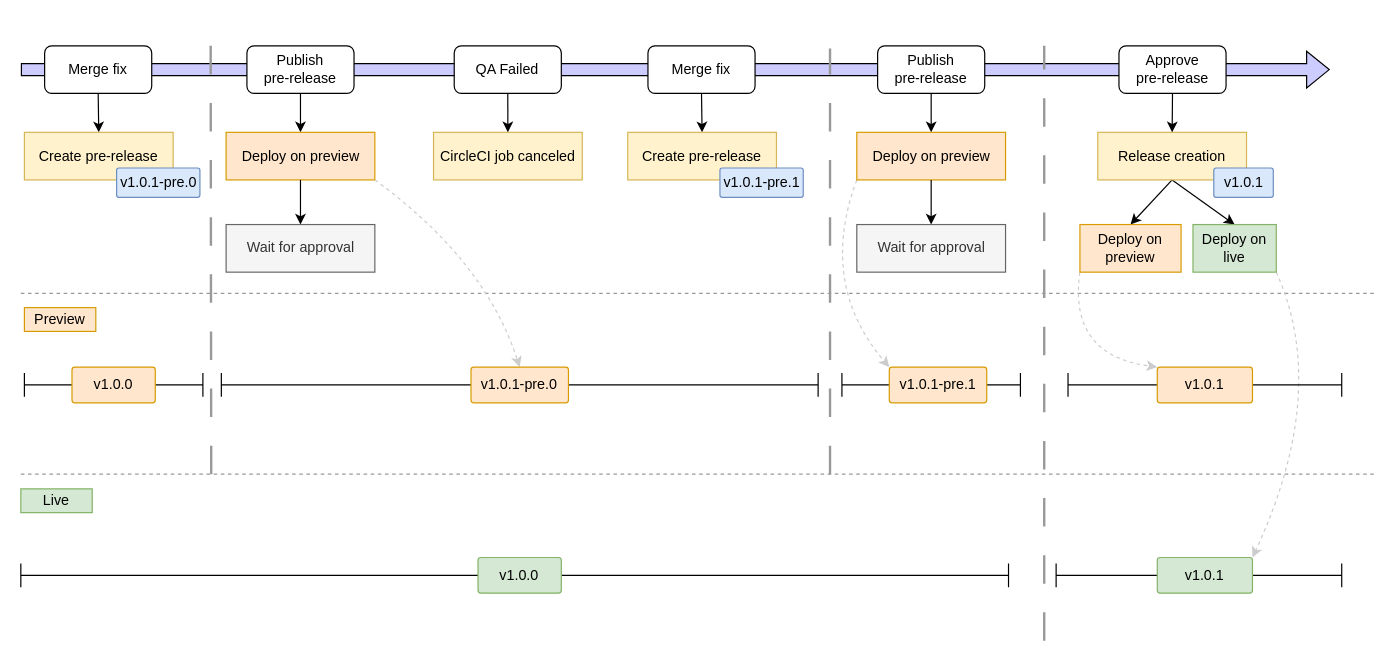
The draw.io diagram page "qa failed" (4 of 5) of assets/workflow_pre-release.drawio in gscandola/releases_playground, before the edit. Source tidied: cells renumbered, new cells numbered last; positions are measured from the earlier drawing's top-left corner, leaving out a move shared by most shapes. Both pictures are drawn from the tidied source at 119%, with x=0, y=0 at pixel (20, 21).
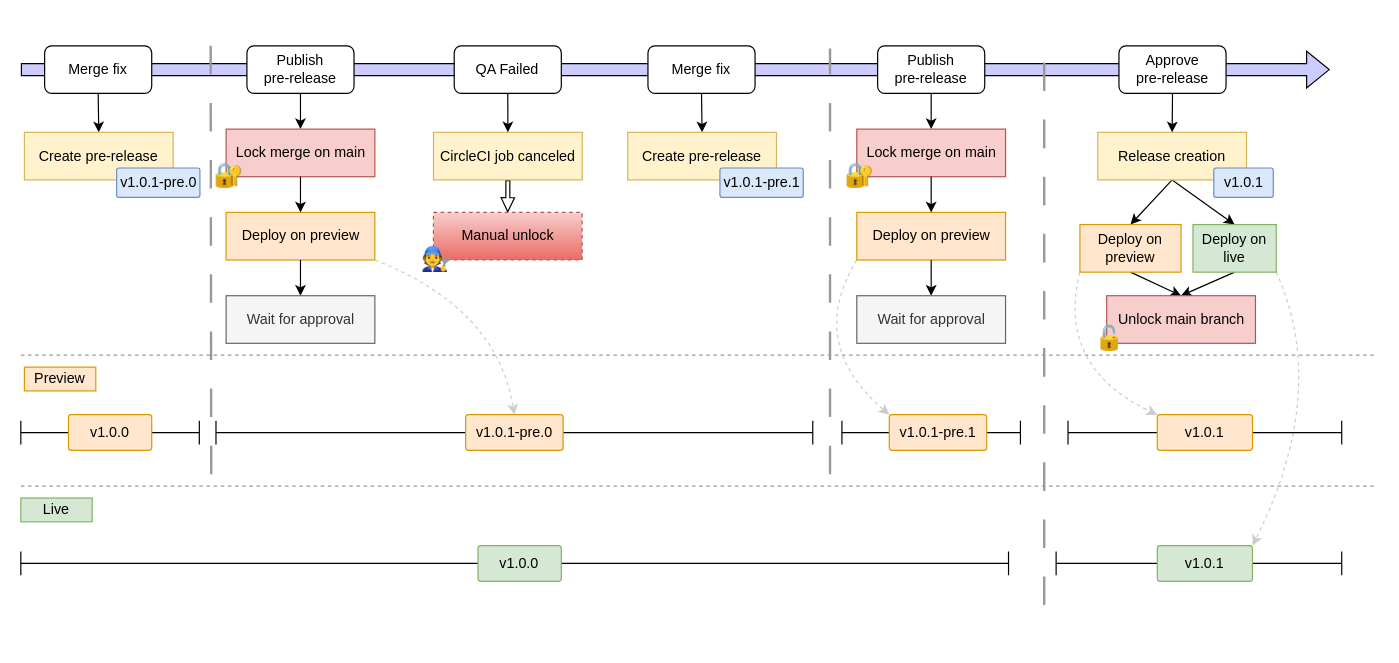
After the change.

Commit message (it also covers changes not shown here):
docs: update schema with lock

Unchanged cells that the change refers to:
```xml
<mxCell id="9" value="Publish&lt;br&gt;pre-release" style="rounded=1;whiteSpace=wrap;html=1;" parent="1" vertex="1">
  <mxGeometry x="190" y="20" width="90" height="40" as="geometry" />
</mxCell>
<mxCell id="21" value="Deploy on preview" style="rounded=0;whiteSpace=wrap;html=1;fillColor=#ffe6cc;strokeColor=#d79b00;" parent="1" vertex="1">
  <mxGeometry x="890" y="170.2" width="85" height="40" as="geometry" />
</mxCell>
<mxCell id="23" value="Deploy on live" style="rounded=0;whiteSpace=wrap;html=1;fillColor=#d5e8d4;strokeColor=#82b366;" parent="1" vertex="1">
  <mxGeometry x="985" y="170.2" width="70" height="40" as="geometry" />
</mxCell>
<mxCell id="26" value="v1.0.1-pre.0" style="rounded=1;whiteSpace=wrap;html=1;arcSize=8;rotation=0;fillColor=#ffe6cc;strokeColor=#d79b00;" parent="24" vertex="1">
  <mxGeometry x="209.8" width="81.9" height="30" as="geometry" />
</mxCell>
<mxCell id="36" value="CircleCI job canceled" style="rounded=0;whiteSpace=wrap;html=1;fillColor=#fff2cc;strokeColor=#d6b656;" parent="1" vertex="1">
  <mxGeometry x="346.8" y="92.7" width="125" height="40" as="geometry" />
</mxCell>
<mxCell id="43" value="Publish&lt;br&gt;pre-release" style="rounded=1;whiteSpace=wrap;html=1;" parent="1" vertex="1">
  <mxGeometry x="720" y="20" width="90" height="40" as="geometry" />
</mxCell>
<mxCell id="53" value="v1.0.1-pre.1" style="rounded=1;whiteSpace=wrap;html=1;arcSize=8;rotation=0;fillColor=#ffe6cc;strokeColor=#d79b00;" parent="51" vertex="1">
  <mxGeometry x="39.8" width="81.9" height="30" as="geometry" />
</mxCell>
<mxCell id="59" value="v1.0.1" style="rounded=1;whiteSpace=wrap;html=1;arcSize=8;rotation=0;fillColor=#ffe6cc;strokeColor=#d79b00;" parent="57" vertex="1">
  <mxGeometry x="75" width="80" height="30" as="geometry" />
</mxCell>
```

What changed in the source:
```diff
@@
     <mxCell id="5" style="endArrow=none;html=1;rounded=0;strokeColor=#999999;dashed=1;" parent="1" edge="1">
       <mxGeometry relative="1" as="geometry">
-        <mxPoint y="228" as="sourcePoint" />
-        <mxPoint x="1140" y="228" as="targetPoint" />
+        <mxPoint y="280" as="sourcePoint" />
+        <mxPoint x="1140" y="280" as="targetPoint" />
       </mxGeometry>
     </mxCell>
     <mxCell id="6" value="Preview" style="rounded=0;whiteSpace=wrap;html=1;fillColor=#ffe6cc;strokeColor=#d79b00;" parent="1" vertex="1">
-      <mxGeometry x="3" y="240" width="60" height="20" as="geometry" />
+      <mxGeometry x="3" y="290" width="60" height="20" as="geometry" />
     </mxCell>
     <mxCell id="7" style="endArrow=none;html=1;rounded=0;strokeColor=#999999;dashed=1;" parent="1" edge="1">
       <mxGeometry relative="1" as="geometry">
-        <mxPoint y="380" as="sourcePoint" />
-        <mxPoint x="1140" y="380" as="targetPoint" />
+        <mxPoint y="390" as="sourcePoint" />
+        <mxPoint x="1140" y="390" as="targetPoint" />
       </mxGeometry>
     </mxCell>
     <mxCell id="8" value="Live" style="rounded=0;whiteSpace=wrap;html=1;fillColor=#d5e8d4;strokeColor=#82b366;" parent="1" vertex="1">
-      <mxGeometry y="392.3" width="60" height="20" as="geometry" />
+      <mxGeometry y="400" width="60" height="20" as="geometry" />
     </mxCell>
@@
-    <mxCell id="11" style="endArrow=classic;html=1;rounded=0;exitX=0.5;exitY=1;exitDx=0;exitDy=0;entryX=0.5;entryY=0;entryDx=0;entryDy=0;" parent="1" edge="1" source="9" target="12">
+    <mxCell id="11" style="endArrow=classic;html=1;rounded=0;exitX=0.5;exitY=1;exitDx=0;exitDy=0;entryX=0.5;entryY=0;entryDx=0;entryDy=0;" parent="1" edge="1" source="9" target="67">
       <mxGeometry relative="1" as="geometry" />
     </mxCell>
     <mxCell id="12" value="Deploy on preview" style="rounded=0;whiteSpace=wrap;html=1;fillColor=#ffe6cc;strokeColor=#d79b00;" parent="1" vertex="1">
-      <mxGeometry x="172.5" y="92.7" width="125" height="40" as="geometry" />
+      <mxGeometry x="172.5" y="160" width="125" height="40" as="geometry" />
     </mxCell>
@@
     <mxCell id="14" value="Wait for approval" style="rounded=0;whiteSpace=wrap;html=1;fillColor=#f5f5f5;strokeColor=#666666;fontColor=#333333;" parent="1" vertex="1">
-      <mxGeometry x="172.5" y="170.2" width="125" height="40" as="geometry" />
+      <mxGeometry x="172.5" y="230" width="125" height="40" as="geometry" />
     </mxCell>
     <mxCell id="15" style="endArrow=classic;html=1;rounded=0;entryX=0.5;entryY=0;entryDx=0;entryDy=0;exitX=1;exitY=1;exitDx=0;exitDy=0;curved=1;strokeColor=#CCCCCC;dashed=1;" parent="1" edge="1" source="12" target="26">
       <mxGeometry relative="1" as="geometry">
         <Array as="points">
-          <mxPoint x="390" y="200" />
+          <mxPoint x="400" y="240" />
         </Array>
       </mxGeometry>
     </mxCell>
@@
     <mxCell id="20" style="rounded=0;jettySize=auto;html=1;entryX=0;entryY=0;entryDx=0;entryDy=0;dashed=1;curved=1;strokeColor=#CCCCCC;exitX=0;exitY=1;exitDx=0;exitDy=0;" parent="1" edge="1" source="21" target="59">
       <mxGeometry relative="1" as="geometry">
         <Array as="points">
-          <mxPoint x="880" y="280" />
+          <mxPoint x="870" y="290" />
         </Array>
       </mxGeometry>
     </mxCell>
+    <mxCell id="63" style="rounded=0;jettySize=auto;html=1;exitX=0.5;exitY=1;exitDx=0;exitDy=0;entryX=0.5;entryY=0;entryDx=0;entryDy=0;" parent="1" edge="1" source="21" target="78">
+      <mxGeometry relative="1" as="geometry" />
+    </mxCell>
@@
+    <mxCell id="64" style="rounded=0;jettySize=auto;html=1;exitX=0.5;exitY=1;exitDx=0;exitDy=0;entryX=0.5;entryY=0;entryDx=0;entryDy=0;" parent="1" edge="1" source="23" target="78">
+      <mxGeometry relative="1" as="geometry" />
+    </mxCell>
@@
     <mxCell id="24" style="group;" parent="1" vertex="1">
-      <mxGeometry x="168.5" y="290" width="501.5" height="30" as="geometry" />
+      <mxGeometry x="164" y="330" width="501.5" height="30" as="geometry" />
     </mxCell>
@@
-    <mxCell id="27" style="group;" parent="1" vertex="1">
-      <mxGeometry x="3" y="290" width="180" height="30" as="geometry" />
-    </mxCell>
-    <mxCell id="28" style="shape=crossbar;whiteSpace=wrap;html=1;rounded=1;" parent="27" vertex="1">
-      <mxGeometry y="5" width="150" height="20" as="geometry" />
-    </mxCell>
-    <mxCell id="29" value="v1.0.0" style="rounded=1;whiteSpace=wrap;html=1;arcSize=8;rotation=0;fillColor=#ffe6cc;strokeColor=#d79b00;" parent="27" vertex="1">
-      <mxGeometry x="40" width="70" height="30" as="geometry" />
-    </mxCell>
@@
+    <mxCell id="65" style="edgeStyle=orthogonalEdgeStyle;rounded=0;jettySize=auto;html=1;exitX=0.5;exitY=1;exitDx=0;exitDy=0;entryX=0.5;entryY=0;entryDx=0;entryDy=0;shape=flexArrow;width=3.3333333333333335;endSize=3.625;endWidth=6.9444444444444455;" parent="1" edge="1" source="36" target="71">
+      <mxGeometry relative="1" as="geometry" />
+    </mxCell>
@@
-    <mxCell id="44" style="endArrow=classic;html=1;rounded=0;exitX=0.5;exitY=1;exitDx=0;exitDy=0;entryX=0.5;entryY=0;entryDx=0;entryDy=0;" parent="1" edge="1" source="43" target="46">
+    <mxCell id="44" style="endArrow=classic;html=1;rounded=0;exitX=0.5;exitY=1;exitDx=0;exitDy=0;entryX=0.5;entryY=0;entryDx=0;entryDy=0;" parent="1" edge="1" source="43" target="74">
       <mxGeometry relative="1" as="geometry" />
     </mxCell>
     <mxCell id="45" style="rounded=0;jettySize=auto;html=1;exitX=0;exitY=1;exitDx=0;exitDy=0;entryX=0;entryY=0;entryDx=0;entryDy=0;dashed=1;strokeColor=#CCCCCC;curved=1;" parent="1" edge="1" source="46" target="53">
       <mxGeometry relative="1" as="geometry">
         <Array as="points">
-          <mxPoint x="670" y="220" />
+          <mxPoint x="660" y="270" />
         </Array>
       </mxGeometry>
     </mxCell>
     <mxCell id="46" value="Deploy on preview" style="rounded=0;whiteSpace=wrap;html=1;fillColor=#ffe6cc;strokeColor=#d79b00;" parent="1" vertex="1">
-      <mxGeometry x="702.5" y="92.7" width="125" height="40" as="geometry" />
+      <mxGeometry x="702.5" y="160" width="125" height="40" as="geometry" />
     </mxCell>
@@
     <mxCell id="48" value="Wait for approval" style="rounded=0;whiteSpace=wrap;html=1;fillColor=#f5f5f5;strokeColor=#666666;fontColor=#333333;" parent="1" vertex="1">
-      <mxGeometry x="702.5" y="170.2" width="125" height="40" as="geometry" />
+      <mxGeometry x="702.5" y="230" width="125" height="40" as="geometry" />
     </mxCell>
@@
     <mxCell id="51" style="group;" parent="1" vertex="1">
-      <mxGeometry x="690" y="290" width="160" height="30" as="geometry" />
+      <mxGeometry x="690" y="330" width="160" height="30" as="geometry" />
     </mxCell>
@@
     <mxCell id="54" style="endArrow=none;dashed=1;html=1;dashPattern=12 12;strokeWidth=2;rounded=0;strokeColor=#999999;" parent="1" edge="1">
       <mxGeometry relative="1" as="geometry">
-        <mxPoint x="860" y="520" as="sourcePoint" />
+        <mxPoint x="860" y="490" as="sourcePoint" />
         <mxPoint x="860" y="20" as="targetPoint" />
       </mxGeometry>
     </mxCell>
-    <mxCell id="55" style="shape=crossbar;whiteSpace=wrap;html=1;rounded=1;" parent="1" vertex="1">
-      <mxGeometry y="455" width="830" height="20" as="geometry" />
-    </mxCell>
-    <mxCell id="56" value="v1.0.0" style="rounded=1;whiteSpace=wrap;html=1;arcSize=8;rotation=0;fillColor=#d5e8d4;strokeColor=#82b366;" parent="1" vertex="1">
-      <mxGeometry x="384.2" y="450" width="70" height="30" as="geometry" />
-    </mxCell>
     <mxCell id="57" style="group;" parent="1" vertex="1">
-      <mxGeometry x="880" y="290" width="230" height="30" as="geometry" />
+      <mxGeometry x="880" y="330" width="230" height="30" as="geometry" />
     </mxCell>
@@
     <mxCell id="60" style="group;" parent="1" vertex="1">
-      <mxGeometry x="870" y="450" width="240" height="30" as="geometry" />
+      <mxGeometry x="870" y="440" width="240" height="30" as="geometry" />
     </mxCell>
@@
+    <mxCell id="66" style="group;" parent="1" vertex="1">
+      <mxGeometry x="160" y="90" width="137.5" height="53" as="geometry" />
+    </mxCell>
+    <mxCell id="67" value="Lock merge on main" style="rounded=0;whiteSpace=wrap;html=1;fillColor=#f8cecc;strokeColor=#b85450;gradientColor=none;" parent="66" vertex="1">
+      <mxGeometry x="12.5" width="125" height="40" as="geometry" />
+    </mxCell>
+    <mxCell id="68" value="&lt;font style=&quot;font-size: 20px;&quot;&gt;🔐&lt;/font&gt;" style="text;html=1;strokeColor=none;fillColor=none;align=center;verticalAlign=middle;whiteSpace=wrap;rounded=0;" parent="66" vertex="1">
+      <mxGeometry y="23" width="30" height="30" as="geometry" />
+    </mxCell>
+    <mxCell id="69" style="edgeStyle=orthogonalEdgeStyle;rounded=0;jettySize=auto;html=1;exitX=0.5;exitY=1;exitDx=0;exitDy=0;entryX=0.5;entryY=0;entryDx=0;entryDy=0;" parent="1" edge="1" source="67" target="12">
+      <mxGeometry relative="1" as="geometry" />
+    </mxCell>
+    <mxCell id="70" style="group;" parent="1" vertex="1">
+      <mxGeometry x="334.2" y="160" width="137.5" height="53" as="geometry" />
+    </mxCell>
+    <mxCell id="71" value="Manual unlock" style="rounded=0;whiteSpace=wrap;html=1;fillColor=#f8cecc;strokeColor=#b85450;gradientColor=#ea6b66;dashed=1;" parent="70" vertex="1">
+      <mxGeometry x="12.5" width="125" height="40" as="geometry" />
+    </mxCell>
+    <mxCell id="72" value="&lt;span style=&quot;font-size: 20px;&quot;&gt;🧑‍🔧&lt;/span&gt;" style="text;html=1;strokeColor=none;fillColor=none;align=center;verticalAlign=middle;whiteSpace=wrap;rounded=0;" parent="70" vertex="1">
+      <mxGeometry y="23" width="30" height="30" as="geometry" />
+    </mxCell>
+    <mxCell id="73" style="group;" parent="1" vertex="1">
+      <mxGeometry x="690" y="90" width="137.5" height="53" as="geometry" />
+    </mxCell>
+    <mxCell id="74" value="Lock merge on main" style="rounded=0;whiteSpace=wrap;html=1;fillColor=#f8cecc;strokeColor=#b85450;gradientColor=none;" parent="73" vertex="1">
+      <mxGeometry x="12.5" width="125" height="40" as="geometry" />
+    </mxCell>
+    <mxCell id="75" value="&lt;font style=&quot;font-size: 20px;&quot;&gt;🔐&lt;/font&gt;" style="text;html=1;strokeColor=none;fillColor=none;align=center;verticalAlign=middle;whiteSpace=wrap;rounded=0;" parent="73" vertex="1">
+      <mxGeometry y="23" width="30" height="30" as="geometry" />
+    </mxCell>
+    <mxCell id="76" style="edgeStyle=orthogonalEdgeStyle;rounded=0;jettySize=auto;html=1;exitX=0.5;exitY=1;exitDx=0;exitDy=0;entryX=0.5;entryY=0;entryDx=0;entryDy=0;" parent="1" edge="1" source="74" target="46">
+      <mxGeometry relative="1" as="geometry" />
+    </mxCell>
+    <mxCell id="77" style="group;" parent="1" vertex="1">
+      <mxGeometry x="900" y="230" width="137.5" height="50" as="geometry" />
+    </mxCell>
+    <mxCell id="78" value="Unlock main branch" style="rounded=0;whiteSpace=wrap;html=1;fillColor=#f8cecc;strokeColor=#b85450;gradientColor=none;" parent="77" vertex="1">
+      <mxGeometry x="12.5" width="125" height="40" as="geometry" />
+    </mxCell>
+    <mxCell id="79" value="&lt;span style=&quot;font-size: 20px;&quot;&gt;🔓&lt;/span&gt;" style="text;html=1;strokeColor=none;fillColor=none;align=center;verticalAlign=middle;whiteSpace=wrap;rounded=0;" parent="77" vertex="1">
+      <mxGeometry y="20" width="30" height="30" as="geometry" />
+    </mxCell>
+    <mxCell id="80" style="group;" parent="1" vertex="1">
+      <mxGeometry y="330" width="150" height="30" as="geometry" />
+    </mxCell>
+    <mxCell id="28" style="shape=crossbar;whiteSpace=wrap;html=1;rounded=1;" parent="80" vertex="1">
+      <mxGeometry y="5" width="150" height="20" as="geometry" />
+    </mxCell>
+    <mxCell id="29" value="v1.0.0" style="rounded=1;whiteSpace=wrap;html=1;arcSize=8;rotation=0;fillColor=#ffe6cc;strokeColor=#d79b00;" parent="80" vertex="1">
+      <mxGeometry x="40" width="70" height="30" as="geometry" />
+    </mxCell>
+    <mxCell id="81" style="group;" parent="1" vertex="1">
+      <mxGeometry y="440" width="830" height="30" as="geometry" />
+    </mxCell>
+    <mxCell id="55" style="shape=crossbar;whiteSpace=wrap;html=1;rounded=1;" parent="81" vertex="1">
+      <mxGeometry y="5" width="830" height="20" as="geometry" />
+    </mxCell>
+    <mxCell id="56" value="v1.0.0" style="rounded=1;whiteSpace=wrap;html=1;arcSize=8;rotation=0;fillColor=#d5e8d4;strokeColor=#82b366;" parent="81" vertex="1">
+      <mxGeometry x="384.2" width="70" height="30" as="geometry" />
+    </mxCell>
```
